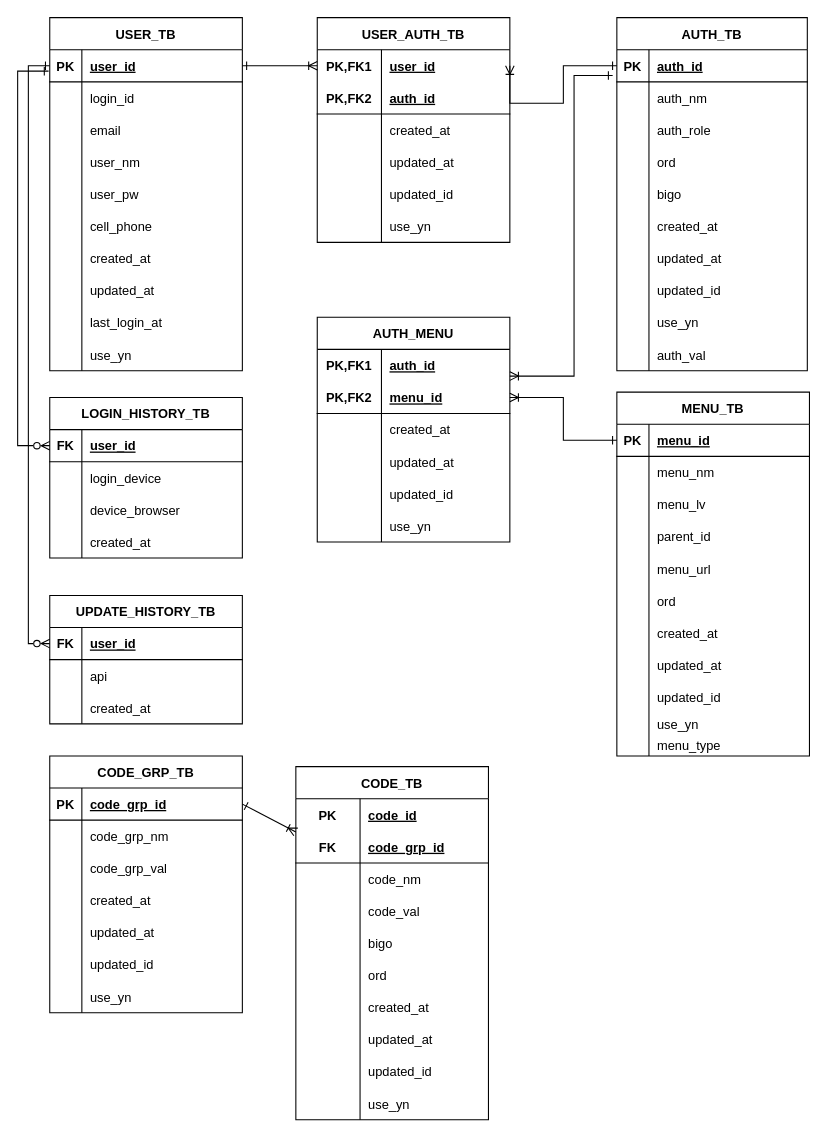
Earlier version of the draw.io diagram Erd/physical.drawio (reolinodev/egov4). Source tidied: cells renumbered, new cells numbered last; positions are measured from the earlier drawing's top-left corner, leaving out a move shared by most shapes. Both pictures are drawn from the tidied source at 107%, with x=0, y=0 at pixel (17, 17).
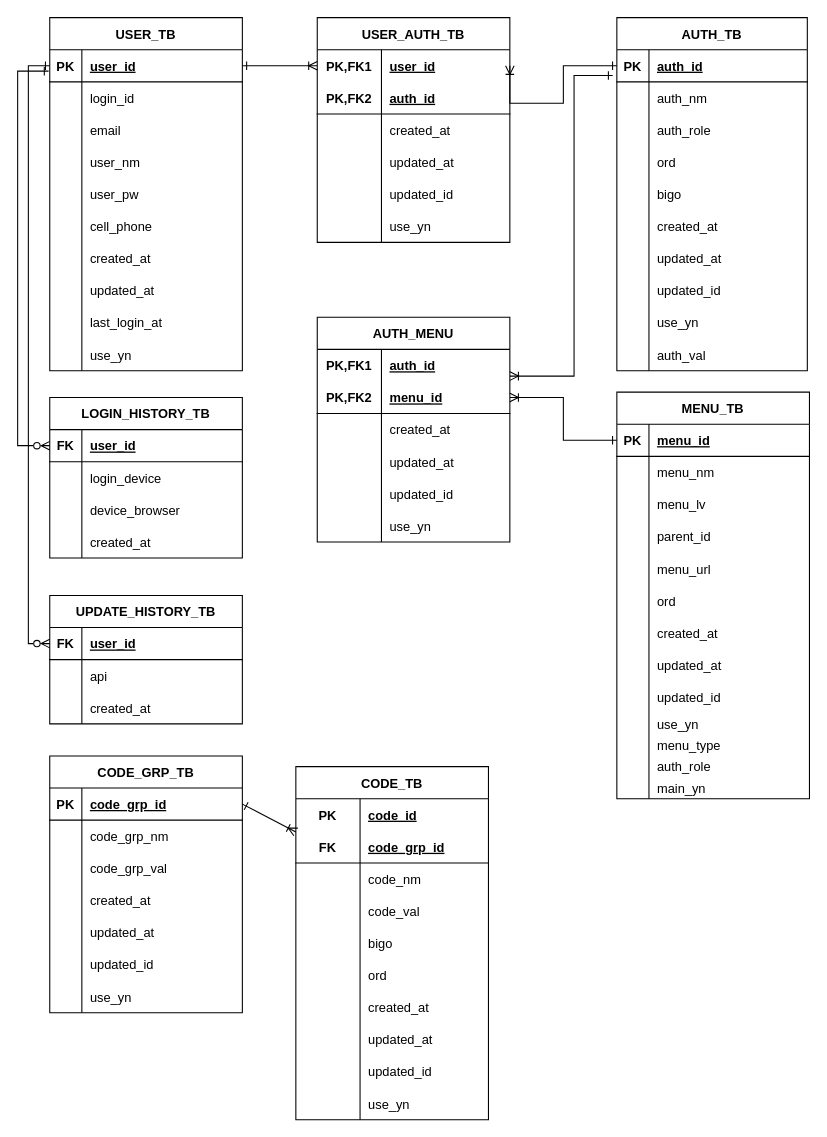
After the change.

Change to the diagram source:
```diff
@@
     <mxCell id="106" value="MENU_TB" style="shape=table;startSize=30;childLayout=tableLayout;rowLines=0;fontStyle=1;align=center;" parent="1" vertex="1">
-      <mxGeometry x="560" y="350" width="180" height="340" as="geometry" />
+      <mxGeometry x="560" y="350" width="180" height="380" as="geometry" />
     </mxCell>
@@
+    <mxCell id="220" style="shape=tableRow;horizontal=0;startSize=0;swimlaneHead=0;swimlaneBody=0;fillColor=none;top=0;left=0;right=0;bottom=0;" parent="106" vertex="1">
+      <mxGeometry y="340" width="180" height="20" as="geometry" />
+    </mxCell>
+    <mxCell id="221" style="shape=partialRectangle;fillColor=none;top=0;left=0;bottom=0;right=0;overflow=hidden;" parent="220" vertex="1">
+      <mxGeometry width="30" height="20" as="geometry" />
+    </mxCell>
+    <mxCell id="222" value="auth_role" style="shape=partialRectangle;fillColor=none;top=0;left=0;bottom=0;right=0;align=left;spacingLeft=6;overflow=hidden;" parent="220" vertex="1">
+      <mxGeometry x="30" width="150" height="20" as="geometry" />
+    </mxCell>
+    <mxCell id="223" style="shape=tableRow;horizontal=0;startSize=0;swimlaneHead=0;swimlaneBody=0;fillColor=none;top=0;left=0;right=0;bottom=0;" parent="106" vertex="1">
+      <mxGeometry y="360" width="180" height="20" as="geometry" />
+    </mxCell>
+    <mxCell id="224" style="shape=partialRectangle;fillColor=none;top=0;left=0;bottom=0;right=0;overflow=hidden;" parent="223" vertex="1">
+      <mxGeometry width="30" height="20" as="geometry" />
+    </mxCell>
+    <mxCell id="225" value="main_yn" style="shape=partialRectangle;fillColor=none;top=0;left=0;bottom=0;right=0;align=left;spacingLeft=6;overflow=hidden;" parent="223" vertex="1">
+      <mxGeometry x="30" width="150" height="20" as="geometry" />
+    </mxCell>
```
